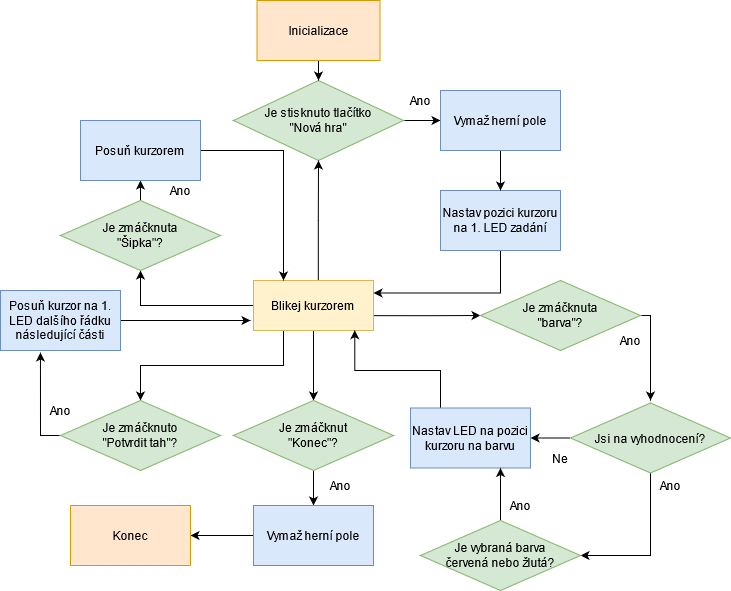
This is text/obrazky/vyvojovy_diagram_2_hraci.png from renata7zemanova/Logic, a draw.io export, as it was before one commit. Source tidied: cells renumbered, new cells last; positions are measured from the earlier drawing's top-left corner, leaving out a move shared by most shapes.
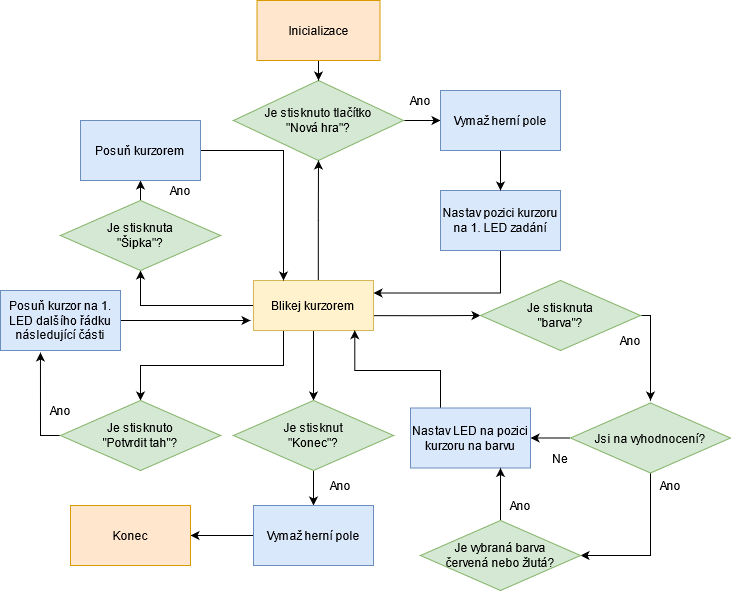
The same diagram one commit later.

The edit, as a diff of the source:
```diff
@@ -5,7 +5,7 @@
     <mxCell id="2" style="edgeStyle=orthogonalEdgeStyle;rounded=0;jettySize=auto;html=1;exitX=1;exitY=0.5;exitDx=0;exitDy=0;entryX=0;entryY=0.5;entryDx=0;entryDy=0;" parent="1" edge="1" source="3" target="19">
       <mxGeometry relative="1" as="geometry" />
     </mxCell>
-    <mxCell id="3" value="&lt;div&gt;Je stisknuto tlačítko &lt;br&gt;&lt;/div&gt;&lt;div&gt;&quot;Nová hra&quot;&lt;/div&gt;" style="rhombus;whiteSpace=wrap;html=1;fillColor=#d5e8d4;strokeColor=#82b366;" parent="1" vertex="1">
+    <mxCell id="3" value="&lt;div&gt;Je stisknuto tlačítko &lt;br&gt;&lt;/div&gt;&lt;div&gt;&quot;Nová hra&quot;?&lt;/div&gt;" style="rhombus;whiteSpace=wrap;html=1;fillColor=#d5e8d4;strokeColor=#82b366;" parent="1" vertex="1">
       <mxGeometry x="233" y="80" width="170" height="80" as="geometry" />
     </mxCell>
     <mxCell id="4" style="edgeStyle=orthogonalEdgeStyle;rounded=0;jettySize=auto;html=1;exitX=0.54;exitY=0.024;exitDx=0;exitDy=0;entryX=0.5;entryY=1;entryDx=0;entryDy=0;exitPerimeter=0;" parent="1" edge="1" source="9" target="3">
@@ -35,7 +35,7 @@
     <mxCell id="12" style="edgeStyle=orthogonalEdgeStyle;rounded=0;jettySize=auto;html=1;exitX=0.5;exitY=0;exitDx=0;exitDy=0;entryX=0.5;entryY=1;entryDx=0;entryDy=0;" parent="1" edge="1" source="13" target="22">
       <mxGeometry relative="1" as="geometry" />
     </mxCell>
-    <mxCell id="13" value="&lt;div&gt;Je zmáčknuta &lt;br&gt;&lt;/div&gt;&lt;div&gt;&quot;Šipka&quot;?&lt;/div&gt;" style="rhombus;whiteSpace=wrap;html=1;fillColor=#d5e8d4;strokeColor=#82b366;" parent="1" vertex="1">
+    <mxCell id="13" value="&lt;div&gt;Je stisknuta &lt;br&gt;&lt;/div&gt;&lt;div&gt;&quot;Šipka&quot;?&lt;/div&gt;" style="rhombus;whiteSpace=wrap;html=1;fillColor=#d5e8d4;strokeColor=#82b366;" parent="1" vertex="1">
       <mxGeometry x="60" y="200" width="160" height="70" as="geometry" />
     </mxCell>
     <mxCell id="14" style="edgeStyle=orthogonalEdgeStyle;rounded=0;jettySize=auto;html=1;" parent="1" edge="1" source="15">
@@ -46,13 +46,13 @@
         </Array>
       </mxGeometry>
     </mxCell>
-    <mxCell id="15" value="&lt;div&gt;Je zmáčknuta &lt;br&gt;&lt;/div&gt;&lt;div&gt;&quot;barva&quot;?&lt;/div&gt;" style="rhombus;whiteSpace=wrap;html=1;fillColor=#d5e8d4;strokeColor=#82b366;" parent="1" vertex="1">
+    <mxCell id="15" value="&lt;div&gt;Je stisknuta &lt;br&gt;&lt;/div&gt;&lt;div&gt;&quot;barva&quot;?&lt;/div&gt;" style="rhombus;whiteSpace=wrap;html=1;fillColor=#d5e8d4;strokeColor=#82b366;" parent="1" vertex="1">
       <mxGeometry x="480" y="280" width="160" height="70" as="geometry" />
     </mxCell>
     <mxCell id="16" style="edgeStyle=orthogonalEdgeStyle;rounded=0;jettySize=auto;html=1;entryX=0.5;entryY=0;entryDx=0;entryDy=0;" parent="1" edge="1" source="17" target="29">
       <mxGeometry relative="1" as="geometry" />
     </mxCell>
-    <mxCell id="17" value="&lt;div&gt;Je zmáčknut&lt;/div&gt;&lt;div&gt;&quot;Konec&quot;?&lt;/div&gt;" style="rhombus;whiteSpace=wrap;html=1;fillColor=#d5e8d4;strokeColor=#82b366;" parent="1" vertex="1">
+    <mxCell id="17" value="&lt;div&gt;Je stisknut&lt;/div&gt;&lt;div&gt;&quot;Konec&quot;?&lt;/div&gt;" style="rhombus;whiteSpace=wrap;html=1;fillColor=#d5e8d4;strokeColor=#82b366;" parent="1" vertex="1">
       <mxGeometry x="233" y="400" width="160" height="70" as="geometry" />
     </mxCell>
     <mxCell id="18" style="edgeStyle=orthogonalEdgeStyle;rounded=0;jettySize=auto;html=1;exitX=0.5;exitY=1;exitDx=0;exitDy=0;entryX=0.5;entryY=0;entryDx=0;entryDy=0;" parent="1" edge="1" source="19" target="11">
@@ -92,7 +92,7 @@
         </Array>
       </mxGeometry>
     </mxCell>
-    <mxCell id="27" value="&lt;div&gt;Je zmáčknuto&lt;/div&gt;&lt;div&gt;&quot;Potvrdit tah&quot;?&lt;/div&gt;" style="rhombus;whiteSpace=wrap;html=1;fillColor=#d5e8d4;strokeColor=#82b366;" parent="1" vertex="1">
+    <mxCell id="27" value="&lt;div&gt;Je stisknuto&lt;/div&gt;&lt;div&gt;&quot;Potvrdit tah&quot;?&lt;/div&gt;" style="rhombus;whiteSpace=wrap;html=1;fillColor=#d5e8d4;strokeColor=#82b366;" parent="1" vertex="1">
       <mxGeometry x="60" y="400" width="160" height="70" as="geometry" />
     </mxCell>
     <mxCell id="28" style="edgeStyle=orthogonalEdgeStyle;rounded=0;jettySize=auto;html=1;entryX=1;entryY=0.5;entryDx=0;entryDy=0;" parent="1" edge="1" source="29" target="30">
```
